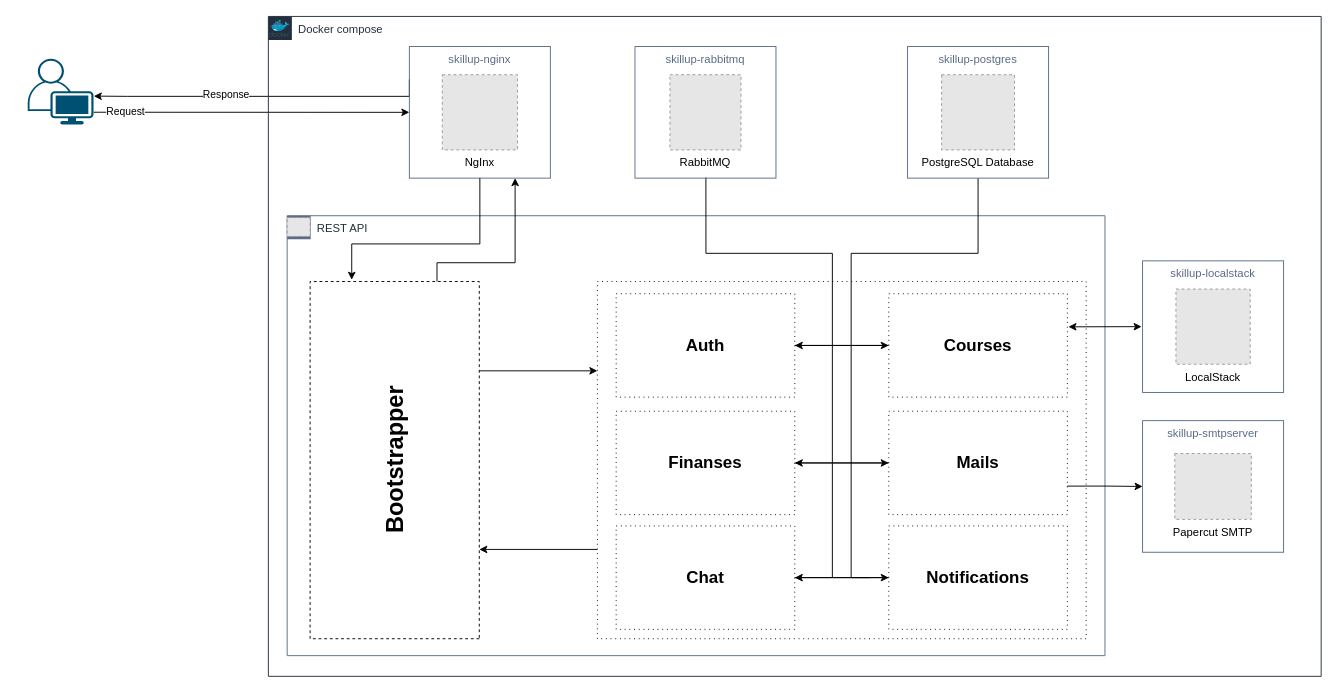
FriZiii/SkillUp keeps this draw.io diagram as page "Application-Dev" (2 of 3) of src/documentation/graphs.drawio. Above is the earlier version. Source tidied: cells renumbered, new cells numbered last; positions are measured from the earlier drawing's top-left corner, leaving out a move shared by most shapes. Both pictures are drawn from the tidied source at 94%, with x=0, y=0 at pixel (27, 16). Pictures stored in the file or linked from it are replaced by grey dashed boxes.
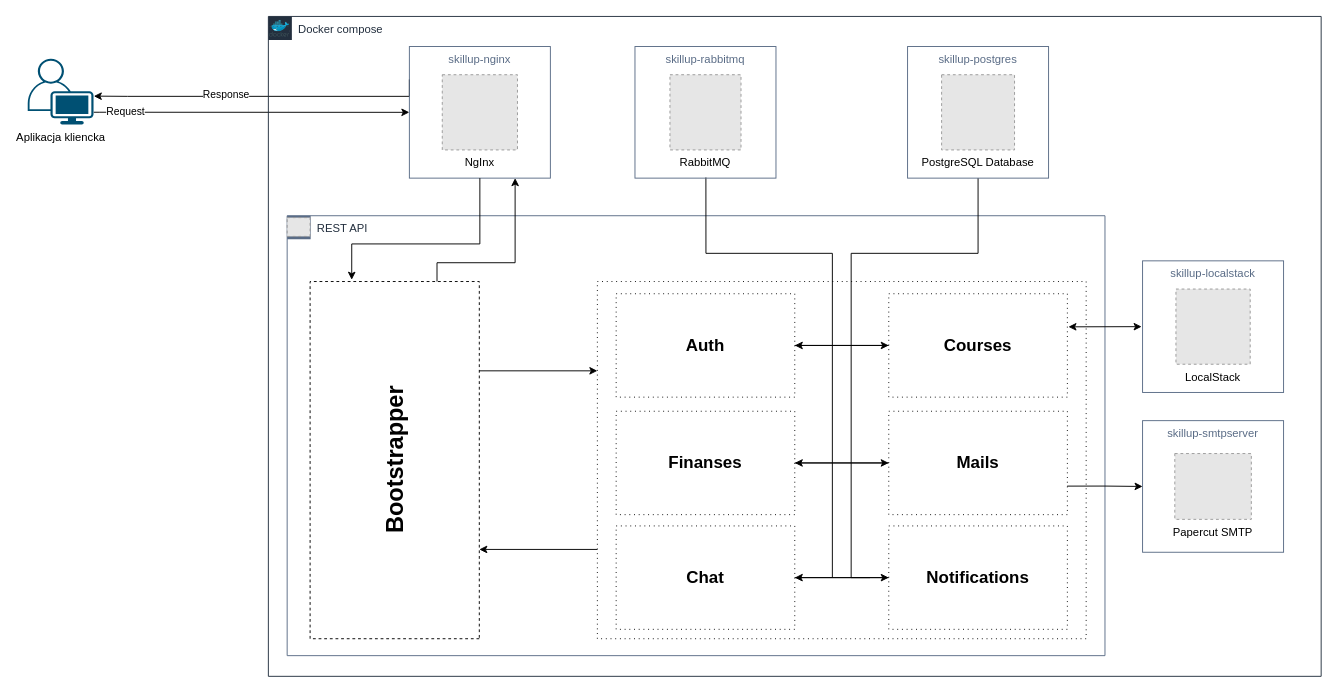
After the change.

The edit, as a diff of the source:
```diff
@@
-    <mxCell id="2" style="points=[[0.35,0,0],[0.98,0.51,0],[1,0.71,0],[0.67,1,0],[0,0.795,0],[0,0.65,0]];verticalLabelPosition=bottom;sketch=0;html=1;verticalAlign=top;align=center;shape=mxgraph.cisco19.user;fillColor=#005073;strokeColor=none;" parent="1" vertex="1">
+    <mxCell id="2" value="Aplikacja kliencka" style="points=[[0.35,0,0],[0.98,0.51,0],[1,0.71,0],[0.67,1,0],[0,0.795,0],[0,0.65,0]];verticalLabelPosition=bottom;sketch=0;html=1;verticalAlign=top;align=center;shape=mxgraph.cisco19.user;fillColor=#005073;strokeColor=none;" parent="1" vertex="1">
       <mxGeometry y="45" width="70" height="70" as="geometry" />
     </mxCell>
```
